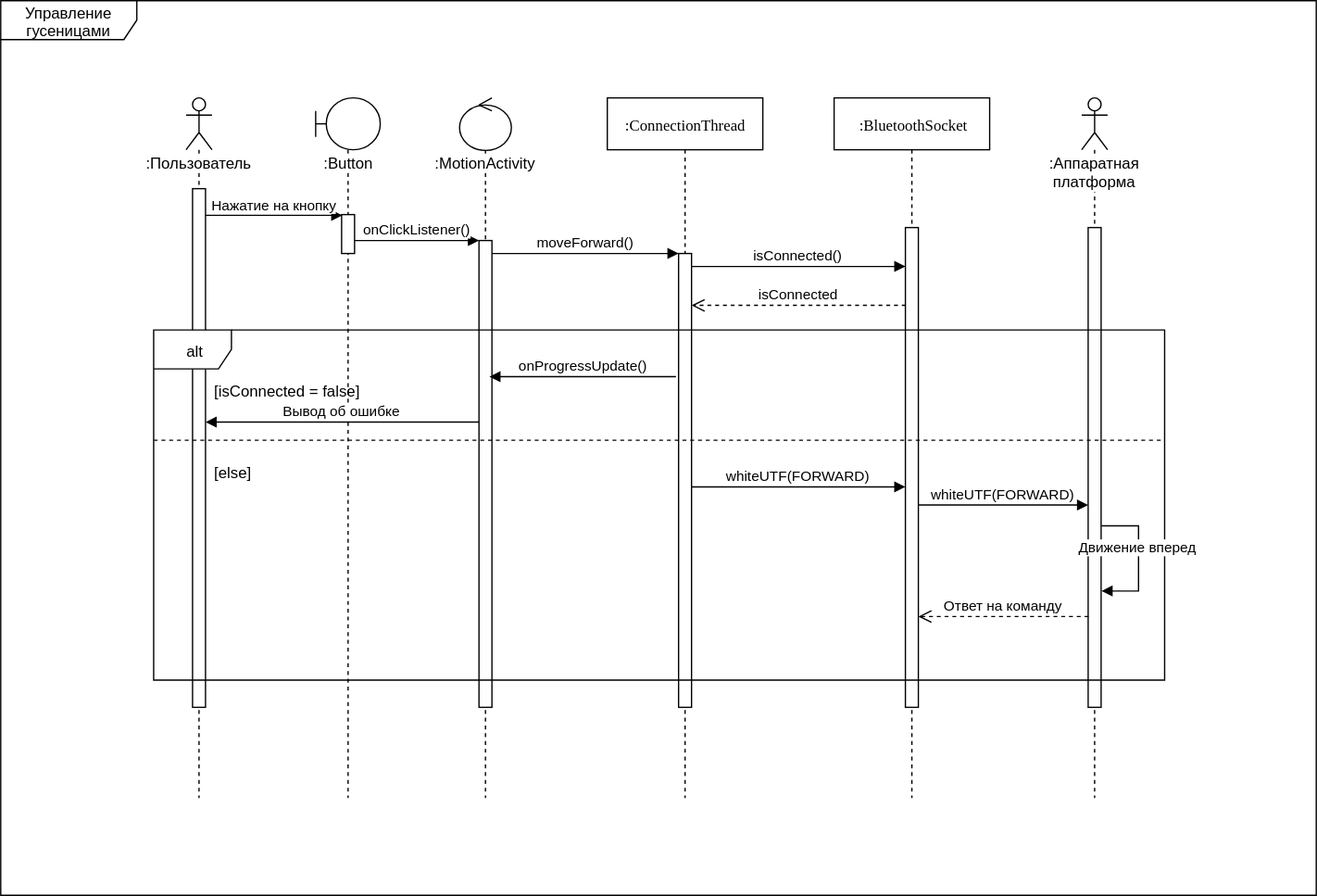
Above: documentation/diagrams/sequenct_diagrams/motion_activity_sequence_diagram.svg in Lipotam/trackPlatform (draw.io), before the change. Source tidied: cells renumbered, new cells last; positions are measured from the earlier drawing's top-left corner, leaving out a move shared by most shapes.
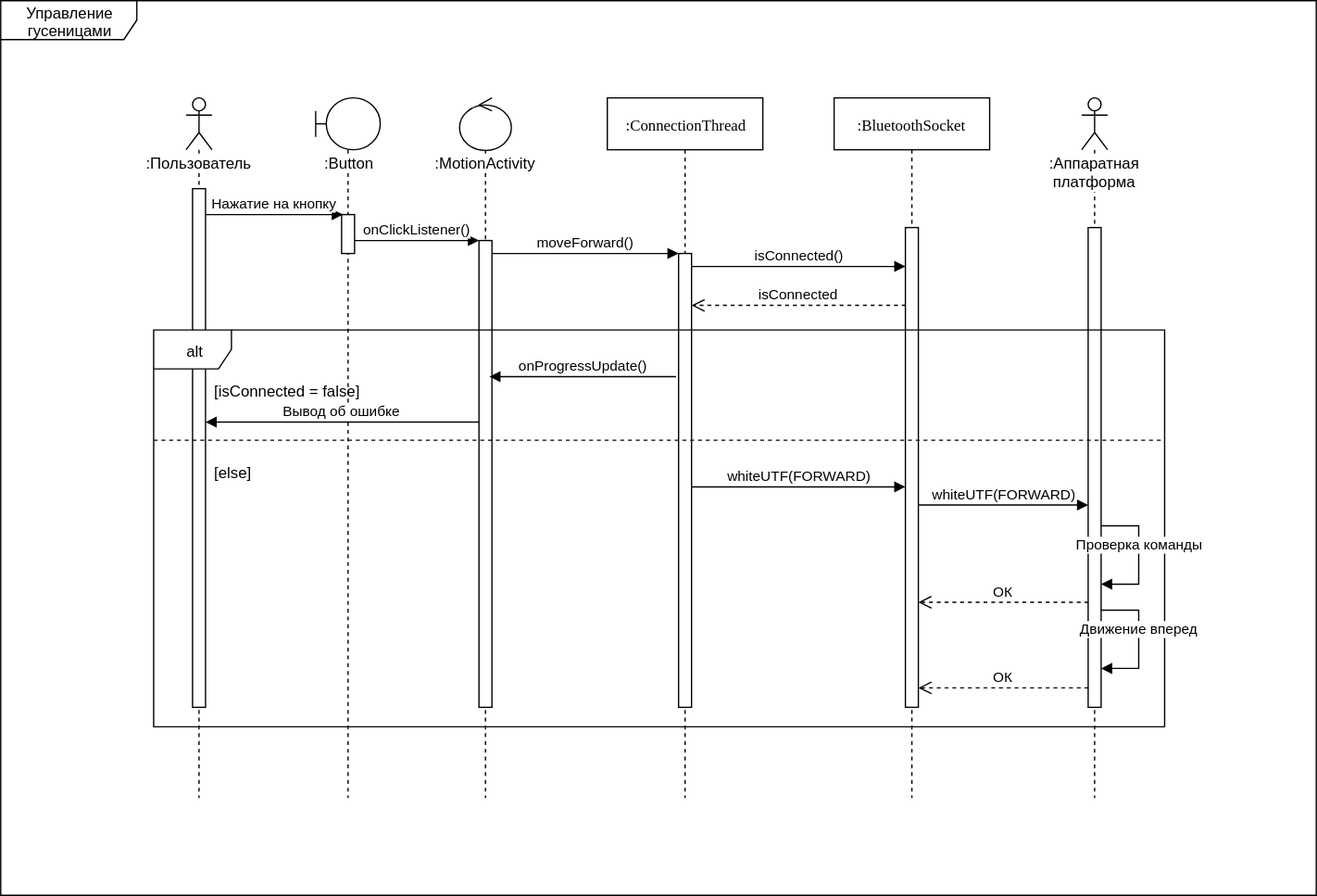
The same diagram one commit later.

What changed in the source:
```diff
@@ -64,7 +64,7 @@
       </mxGeometry>
     </mxCell>
     <mxCell id="19" value="alt" style="shape=umlFrame;whiteSpace=wrap;html=1;rounded=0;shadow=0;glass=0;comic=0;labelBackgroundColor=none;strokeColor=#000000;fontColor=#000000;align=center;" parent="1" vertex="1">
-      <mxGeometry x="118" y="254" width="780" height="270" as="geometry" />
+      <mxGeometry x="118" y="254" width="780" height="306" as="geometry" />
     </mxCell>
     <mxCell id="20" style="line;strokeWidth=1;fillColor=none;align=left;verticalAlign=middle;spacingTop=-1;spacingLeft=3;spacingRight=3;labelPosition=right;rounded=0;shadow=0;glass=0;comic=0;labelBackgroundColor=none;fontColor=#000000;html=0;dashed=1;" parent="1" vertex="1">
       <mxGeometry x="118" y="335" width="780" height="8" as="geometry" />
@@ -97,24 +97,42 @@
         <mxPoint x="708" y="389" as="sourcePoint" />
       </mxGeometry>
     </mxCell>
-    <mxCell id="27" value="Движение вперед" style="html=1;verticalAlign=bottom;endArrow=block;strokeColor=#000000;fontColor=#000000;edgeStyle=orthogonalEdgeStyle;rounded=0;" parent="1" edge="1">
+    <mxCell id="27" value="Проверка команды" style="html=1;verticalAlign=bottom;endArrow=block;strokeColor=#000000;fontColor=#000000;edgeStyle=orthogonalEdgeStyle;rounded=0;" parent="1" edge="1">
       <mxGeometry relative="1" as="geometry">
         <mxPoint x="849" y="405" as="sourcePoint" />
-        <mxPoint x="849" y="455" as="targetPoint" />
+        <mxPoint x="849" y="450" as="targetPoint" />
         <Array as="points">
           <mxPoint x="878" y="405" />
-          <mxPoint x="878" y="455" />
+          <mxPoint x="878" y="450" />
+          <mxPoint x="849" y="450" />
         </Array>
       </mxGeometry>
     </mxCell>
-    <mxCell id="28" value="Ответ на команду" style="html=1;verticalAlign=bottom;endArrow=open;dashed=1;endSize=8;exitX=0;exitY=0.95;strokeColor=#000000;fontColor=#000000;" parent="1" edge="1">
+    <mxCell id="28" value="ОК" style="html=1;verticalAlign=bottom;endArrow=open;dashed=1;endSize=8;exitX=0;exitY=0.95;strokeColor=#000000;fontColor=#000000;" parent="1" edge="1">
       <mxGeometry relative="1" as="geometry">
-        <mxPoint x="839.2" y="475" as="sourcePoint" />
-        <mxPoint x="708" y="475" as="targetPoint" />
+        <mxPoint x="839.2" y="464" as="sourcePoint" />
+        <mxPoint x="708" y="464" as="targetPoint" />
       </mxGeometry>
     </mxCell>
     <mxCell id="29" value="Управление гусеницами" style="shape=umlFrame;whiteSpace=wrap;html=1;rounded=0;shadow=0;glass=0;comic=0;labelBackgroundColor=none;strokeColor=#000000;fontColor=#000000;align=center;width=105;height=30;" parent="1" vertex="1">
       <mxGeometry width="1015" height="690" as="geometry" />
     </mxCell>
+    <mxCell id="30" value="Движение вперед" style="html=1;verticalAlign=bottom;endArrow=block;strokeColor=#000000;fontColor=#000000;edgeStyle=orthogonalEdgeStyle;rounded=0;" parent="1" edge="1">
+      <mxGeometry relative="1" as="geometry">
+        <mxPoint x="849.3" y="470" as="sourcePoint" />
+        <mxPoint x="849.3" y="515.1" as="targetPoint" />
+        <Array as="points">
+          <mxPoint x="878" y="470" />
+          <mxPoint x="878" y="515" />
+          <mxPoint x="849" y="515" />
+        </Array>
+      </mxGeometry>
+    </mxCell>
+    <mxCell id="31" value="ОК" style="html=1;verticalAlign=bottom;endArrow=open;dashed=1;endSize=8;exitX=0;exitY=0.95;strokeColor=#000000;fontColor=#000000;" parent="1" edge="1">
+      <mxGeometry relative="1" as="geometry">
+        <mxPoint x="839.2" y="530" as="sourcePoint" />
+        <mxPoint x="708" y="530" as="targetPoint" />
+      </mxGeometry>
+    </mxCell>
   </root>
 </mxGraphModel>
```
